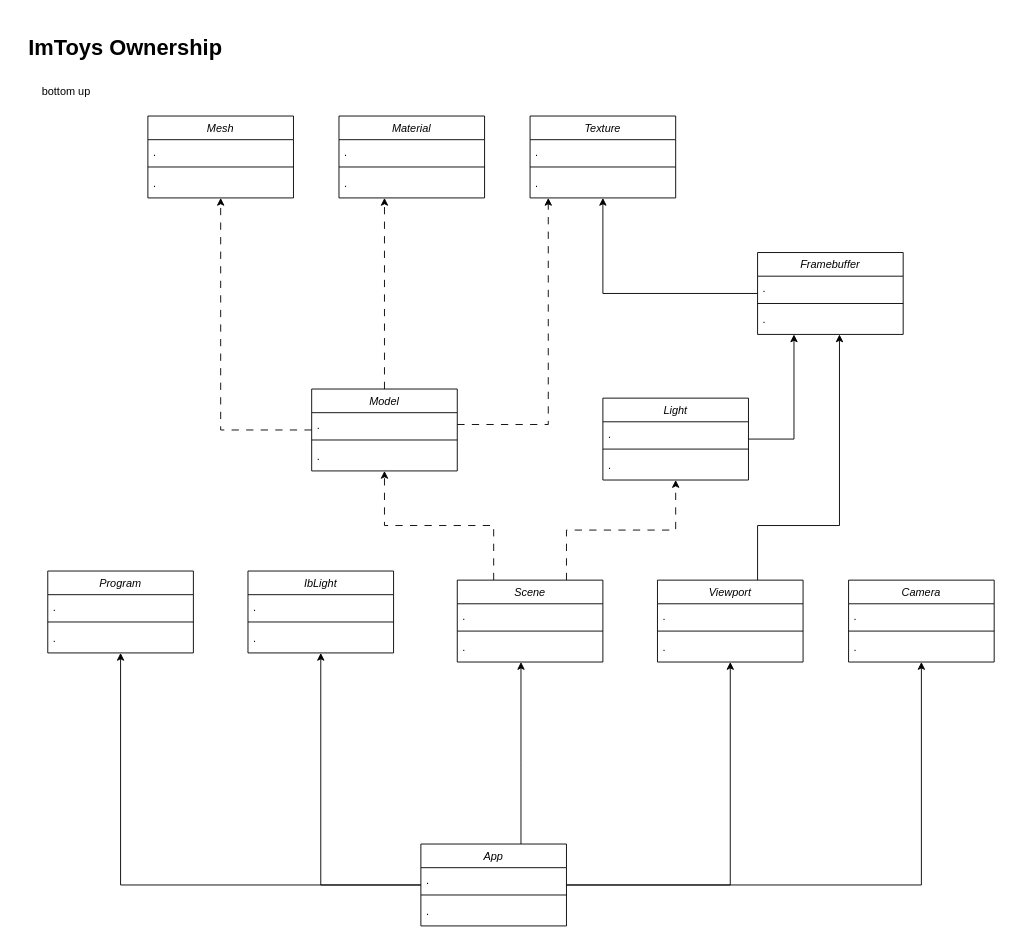
imdongye/imtoys keeps this draw.io diagram as page "Ownership(App)" (2 of 3) of limbrary/diagram.drawio. Above is the earlier version. Source tidied: cells renumbered, new cells numbered last; positions are measured from the earlier drawing's top-left corner, leaving out a move shared by most shapes. Both pictures are drawn from the tidied source at 91%, with x=0, y=0 at pixel (15, 15).
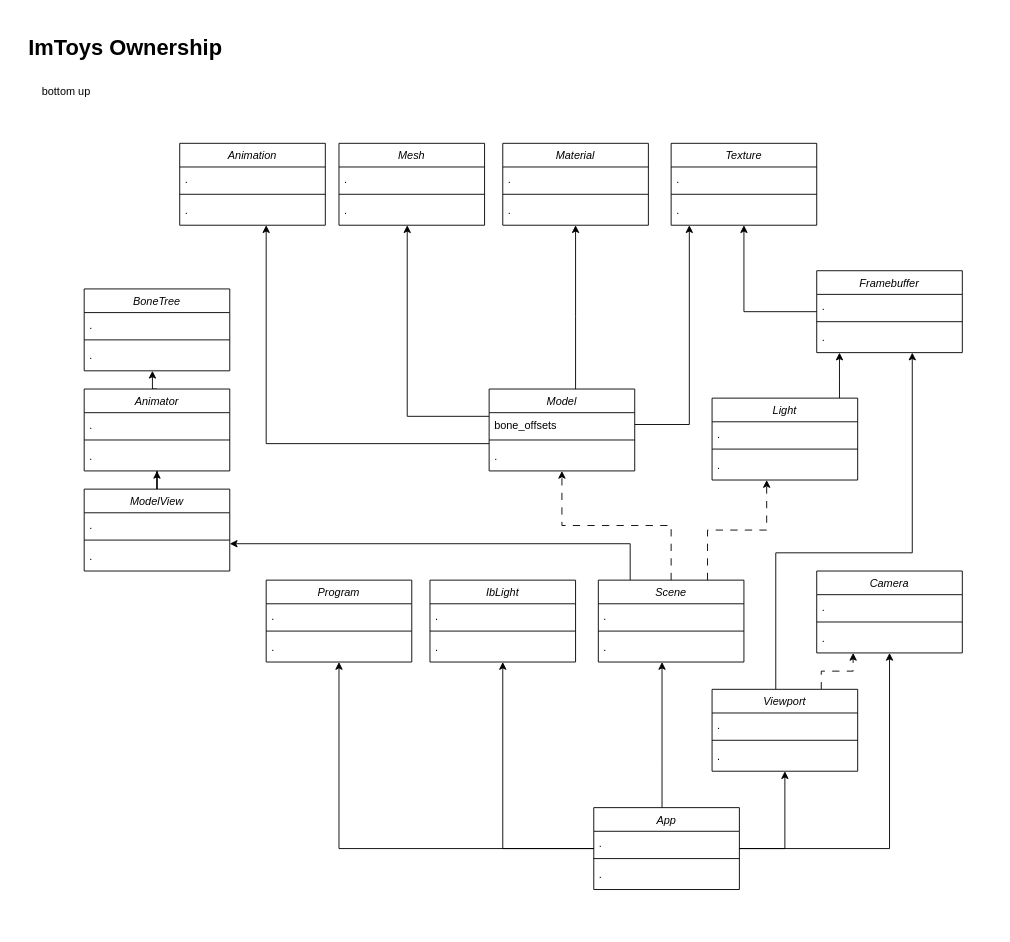
After the change.

Change to the diagram source:
```diff
@@
     <mxCell id="2" value="Program" style="swimlane;fontStyle=2;align=center;verticalAlign=top;horizontal=1;startSize=26;rounded=0;shadow=0;strokeWidth=1;" parent="1" vertex="1">
-      <mxGeometry x="35" y="610" width="160" height="90" as="geometry" />
+      <mxGeometry x="275" y="620" width="160" height="90" as="geometry" />
     </mxCell>
@@
     <mxCell id="6" value="Mesh" style="swimlane;fontStyle=2;align=center;verticalAlign=top;horizontal=1;startSize=26;rounded=0;shadow=0;strokeWidth=1;" parent="1" vertex="1">
-      <mxGeometry x="145" y="110" width="160" height="90" as="geometry" />
+      <mxGeometry x="355" y="140" width="160" height="90" as="geometry" />
     </mxCell>
@@
     <mxCell id="10" style="edgeStyle=orthogonalEdgeStyle;rounded=0;jettySize=auto;html=1;" parent="1" edge="1" source="11" target="15">
-      <mxGeometry relative="1" as="geometry" />
+      <mxGeometry relative="1" as="geometry">
+        <Array as="points">
+          <mxPoint x="800" y="325" />
+        </Array>
+      </mxGeometry>
     </mxCell>
     <mxCell id="11" value="Framebuffer" style="swimlane;fontStyle=2;align=center;verticalAlign=top;horizontal=1;startSize=26;rounded=0;shadow=0;strokeWidth=1;" parent="1" vertex="1">
-      <mxGeometry x="815" y="260" width="160" height="90" as="geometry" />
+      <mxGeometry x="880" y="280" width="160" height="90" as="geometry" />
     </mxCell>
@@
     <mxCell id="15" value="Texture" style="swimlane;fontStyle=2;align=center;verticalAlign=top;horizontal=1;startSize=26;rounded=0;shadow=0;strokeWidth=1;" parent="1" vertex="1">
-      <mxGeometry x="565" y="110" width="160" height="90" as="geometry" />
+      <mxGeometry x="720" y="140" width="160" height="90" as="geometry" />
     </mxCell>
@@
     <mxCell id="19" value="Material" style="swimlane;fontStyle=2;align=center;verticalAlign=top;horizontal=1;startSize=26;rounded=0;shadow=0;strokeWidth=1;" parent="1" vertex="1">
-      <mxGeometry x="355" y="110" width="160" height="90" as="geometry" />
+      <mxGeometry x="535" y="140" width="160" height="90" as="geometry" />
     </mxCell>
@@
     <mxCell id="23" style="edgeStyle=orthogonalEdgeStyle;rounded=0;jettySize=auto;html=1;" parent="1" edge="1" source="24" target="11">
       <mxGeometry relative="1" as="geometry">
         <Array as="points">
-          <mxPoint x="855" y="465" />
+          <mxPoint x="905" y="400" />
+          <mxPoint x="905" y="400" />
         </Array>
       </mxGeometry>
     </mxCell>
     <mxCell id="24" value="Light" style="swimlane;fontStyle=2;align=center;verticalAlign=top;horizontal=1;startSize=26;rounded=0;shadow=0;strokeWidth=1;" parent="1" vertex="1">
-      <mxGeometry x="645" y="420" width="160" height="90" as="geometry" />
+      <mxGeometry x="765" y="420" width="160" height="90" as="geometry" />
     </mxCell>
@@
-    <mxCell id="28" style="edgeStyle=orthogonalEdgeStyle;rounded=0;jettySize=auto;html=1;dashed=1;dashPattern=8 8;" parent="1" edge="1" source="30" target="6">
-      <mxGeometry relative="1" as="geometry" />
+    <mxCell id="28" style="edgeStyle=orthogonalEdgeStyle;rounded=0;jettySize=auto;html=1;" parent="1" edge="1" source="30" target="6">
+      <mxGeometry relative="1" as="geometry">
+        <Array as="points">
+          <mxPoint x="430" y="440" />
+        </Array>
+      </mxGeometry>
     </mxCell>
-    <mxCell id="29" style="edgeStyle=orthogonalEdgeStyle;rounded=0;jettySize=auto;html=1;dashed=1;dashPattern=8 8;" parent="1" edge="1" source="30" target="19">
+    <mxCell id="29" style="edgeStyle=orthogonalEdgeStyle;rounded=0;jettySize=auto;html=1;" parent="1" edge="1" source="30" target="19">
       <mxGeometry relative="1" as="geometry">
         <Array as="points">
-          <mxPoint x="405" y="270" />
-          <mxPoint x="405" y="270" />
+          <mxPoint x="615" y="330" />
+          <mxPoint x="615" y="330" />
         </Array>
       </mxGeometry>
     </mxCell>
+    <mxCell id="65" style="edgeStyle=orthogonalEdgeStyle;rounded=0;jettySize=auto;html=1;" parent="1" edge="1" source="30" target="68">
+      <mxGeometry relative="1" as="geometry">
+        <Array as="points">
+          <mxPoint x="275" y="470" />
+        </Array>
+      </mxGeometry>
+    </mxCell>
     <mxCell id="30" value="Model" style="swimlane;fontStyle=2;align=center;verticalAlign=top;horizontal=1;startSize=26;rounded=0;shadow=0;strokeWidth=1;" parent="1" vertex="1">
-      <mxGeometry x="325" y="410" width="160" height="90" as="geometry" />
+      <mxGeometry x="520" y="410" width="160" height="90" as="geometry" />
     </mxCell>
-    <mxCell id="31" value="." style="text;align=left;verticalAlign=top;spacingLeft=4;spacingRight=4;overflow=hidden;points=[[0,0.5],[1,0.5]];portConstraint=eastwest;" parent="30" vertex="1">
+    <mxCell id="31" value="bone_offsets" style="text;align=left;verticalAlign=top;spacingLeft=4;spacingRight=4;overflow=hidden;points=[[0,0.5],[1,0.5]];portConstraint=eastwest;" parent="30" vertex="1">
       <mxGeometry y="26" width="160" height="26" as="geometry" />
     </mxCell>
@@
     <mxCell id="34" style="edgeStyle=orthogonalEdgeStyle;rounded=0;jettySize=auto;html=1;" parent="1" edge="1" source="35" target="11">
       <mxGeometry relative="1" as="geometry">
         <Array as="points">
-          <mxPoint x="815" y="560" />
-          <mxPoint x="905" y="560" />
+          <mxPoint x="835" y="590" />
+          <mxPoint x="985" y="590" />
         </Array>
       </mxGeometry>
     </mxCell>
+    <mxCell id="66" style="edgeStyle=orthogonalEdgeStyle;rounded=0;jettySize=auto;html=1;entryX=0.25;entryY=1;entryDx=0;entryDy=0;dashed=1;dashPattern=8 8;" parent="1" edge="1" source="35" target="45">
+      <mxGeometry relative="1" as="geometry">
+        <Array as="points">
+          <mxPoint x="885" y="720" />
+          <mxPoint x="920" y="720" />
+        </Array>
+      </mxGeometry>
+    </mxCell>
     <mxCell id="35" value="Viewport" style="swimlane;fontStyle=2;align=center;verticalAlign=top;horizontal=1;startSize=26;rounded=0;shadow=0;strokeWidth=1;" parent="1" vertex="1">
-      <mxGeometry x="705" y="620" width="160" height="90" as="geometry" />
+      <mxGeometry x="765" y="740" width="160" height="90" as="geometry" />
     </mxCell>
@@
-    <mxCell id="39" style="edgeStyle=orthogonalEdgeStyle;rounded=0;jettySize=auto;html=1;entryX=0.5;entryY=1;entryDx=0;entryDy=0;dashed=1;dashPattern=8 8;" parent="1" edge="1" source="41" target="30">
+    <mxCell id="39" style="edgeStyle=orthogonalEdgeStyle;rounded=0;jettySize=auto;html=1;dashed=1;dashPattern=8 8;" parent="1" edge="1" source="41" target="30">
       <mxGeometry relative="1" as="geometry">
         <Array as="points">
-          <mxPoint x="525" y="560" />
-          <mxPoint x="405" y="560" />
+          <mxPoint x="720" y="560" />
+          <mxPoint x="600" y="560" />
         </Array>
       </mxGeometry>
     </mxCell>
     <mxCell id="40" style="edgeStyle=orthogonalEdgeStyle;rounded=0;jettySize=auto;html=1;dashed=1;dashPattern=8 8;" parent="1" edge="1" source="41" target="24">
       <mxGeometry relative="1" as="geometry">
         <Array as="points">
-          <mxPoint x="605" y="565" />
-          <mxPoint x="725" y="565" />
+          <mxPoint x="760" y="565" />
+          <mxPoint x="825" y="565" />
         </Array>
       </mxGeometry>
     </mxCell>
+    <mxCell id="67" style="edgeStyle=orthogonalEdgeStyle;rounded=0;jettySize=auto;html=1;" parent="1" edge="1" source="41" target="73">
+      <mxGeometry relative="1" as="geometry">
+        <Array as="points">
+          <mxPoint x="675" y="580" />
+        </Array>
+      </mxGeometry>
+    </mxCell>
     <mxCell id="41" value="Scene" style="swimlane;fontStyle=2;align=center;verticalAlign=top;horizontal=1;startSize=26;rounded=0;shadow=0;strokeWidth=1;" parent="1" vertex="1">
-      <mxGeometry x="485" y="620" width="160" height="90" as="geometry" />
+      <mxGeometry x="640" y="620" width="160" height="90" as="geometry" />
     </mxCell>
@@
     <mxCell id="45" value="Camera" style="swimlane;fontStyle=2;align=center;verticalAlign=top;horizontal=1;startSize=26;rounded=0;shadow=0;strokeWidth=1;" parent="1" vertex="1">
-      <mxGeometry x="915" y="620" width="160" height="90" as="geometry" />
+      <mxGeometry x="880" y="610" width="160" height="90" as="geometry" />
     </mxCell>
@@
     <mxCell id="50" value="IbLight" style="swimlane;fontStyle=2;align=center;verticalAlign=top;horizontal=1;startSize=26;rounded=0;shadow=0;strokeWidth=1;" parent="1" vertex="1">
-      <mxGeometry x="255" y="610" width="160" height="90" as="geometry" />
+      <mxGeometry x="455" y="620" width="160" height="90" as="geometry" />
     </mxCell>
@@
-    <mxCell id="54" style="edgeStyle=orthogonalEdgeStyle;rounded=0;jettySize=auto;html=1;dashed=1;dashPattern=8 8;" parent="1" edge="1" source="31" target="15">
+    <mxCell id="54" style="edgeStyle=orthogonalEdgeStyle;rounded=0;jettySize=auto;html=1;" parent="1" edge="1" source="31" target="15">
       <mxGeometry relative="1" as="geometry">
         <Array as="points">
-          <mxPoint x="585" y="449" />
+          <mxPoint x="740" y="449" />
         </Array>
       </mxGeometry>
     </mxCell>
@@
     <mxCell id="56" style="edgeStyle=orthogonalEdgeStyle;rounded=0;jettySize=auto;html=1;" parent="1" edge="1" source="60" target="50">
-      <mxGeometry relative="1" as="geometry" />
+      <mxGeometry relative="1" as="geometry">
+        <Array as="points">
+          <mxPoint x="535" y="915" />
+        </Array>
+      </mxGeometry>
     </mxCell>
@@
     <mxCell id="58" style="edgeStyle=orthogonalEdgeStyle;rounded=0;jettySize=auto;html=1;" parent="1" edge="1" source="60" target="35">
-      <mxGeometry relative="1" as="geometry" />
+      <mxGeometry relative="1" as="geometry">
+        <Array as="points">
+          <mxPoint x="845" y="915" />
+        </Array>
+      </mxGeometry>
     </mxCell>
     <mxCell id="59" style="edgeStyle=orthogonalEdgeStyle;rounded=0;jettySize=auto;html=1;" parent="1" edge="1" source="60" target="41">
       <mxGeometry relative="1" as="geometry">
         <Array as="points">
-          <mxPoint x="555" y="820" />
-          <mxPoint x="555" y="820" />
+          <mxPoint x="710" y="820" />
+          <mxPoint x="710" y="820" />
         </Array>
       </mxGeometry>
     </mxCell>
     <mxCell id="60" value="App" style="swimlane;fontStyle=2;align=center;verticalAlign=top;horizontal=1;startSize=26;rounded=0;shadow=0;strokeWidth=1;" parent="1" vertex="1">
-      <mxGeometry x="445" y="910" width="160" height="90" as="geometry" />
+      <mxGeometry x="635" y="870" width="160" height="90" as="geometry" />
     </mxCell>
@@
+    <mxCell id="68" value="Animation" style="swimlane;fontStyle=2;align=center;verticalAlign=top;horizontal=1;startSize=26;rounded=0;shadow=0;strokeWidth=1;" parent="1" vertex="1">
+      <mxGeometry x="180" y="140" width="160" height="90" as="geometry" />
+    </mxCell>
+    <mxCell id="69" value="." style="text;align=left;verticalAlign=top;spacingLeft=4;spacingRight=4;overflow=hidden;" parent="68" vertex="1">
+      <mxGeometry y="26" width="160" height="26" as="geometry" />
+    </mxCell>
+    <mxCell id="70" style="line;html=1;strokeWidth=1;align=left;verticalAlign=middle;spacingTop=-1;spacingLeft=3;spacingRight=3;labelPosition=right;" parent="68" vertex="1">
+      <mxGeometry y="52" width="160" height="8" as="geometry" />
+    </mxCell>
+    <mxCell id="71" value="." style="text;align=left;verticalAlign=top;spacingLeft=4;spacingRight=4;overflow=hidden;" parent="68" vertex="1">
+      <mxGeometry y="60" width="160" height="26" as="geometry" />
+    </mxCell>
+    <mxCell id="72" style="edgeStyle=orthogonalEdgeStyle;rounded=0;jettySize=auto;html=1;" parent="1" edge="1" source="73" target="78">
+      <mxGeometry relative="1" as="geometry" />
+    </mxCell>
+    <mxCell id="73" value="ModelView" style="swimlane;fontStyle=2;align=center;verticalAlign=top;horizontal=1;startSize=26;rounded=0;shadow=0;strokeWidth=1;" parent="1" vertex="1">
+      <mxGeometry x="75" y="520" width="160" height="90" as="geometry" />
+    </mxCell>
+    <mxCell id="74" value="." style="text;align=left;verticalAlign=top;spacingLeft=4;spacingRight=4;overflow=hidden;" parent="73" vertex="1">
+      <mxGeometry y="26" width="160" height="26" as="geometry" />
+    </mxCell>
+    <mxCell id="75" style="line;html=1;strokeWidth=1;align=left;verticalAlign=middle;spacingTop=-1;spacingLeft=3;spacingRight=3;labelPosition=right;" parent="73" vertex="1">
+      <mxGeometry y="52" width="160" height="8" as="geometry" />
+    </mxCell>
+    <mxCell id="76" value="." style="text;align=left;verticalAlign=top;spacingLeft=4;spacingRight=4;overflow=hidden;" parent="73" vertex="1">
+      <mxGeometry y="60" width="160" height="26" as="geometry" />
+    </mxCell>
+    <mxCell id="77" style="edgeStyle=orthogonalEdgeStyle;rounded=0;jettySize=auto;html=1;exitX=0.5;exitY=0;exitDx=0;exitDy=0;" parent="1" edge="1" source="78" target="82">
+      <mxGeometry relative="1" as="geometry">
+        <Array as="points">
+          <mxPoint x="150" y="410" />
+        </Array>
+      </mxGeometry>
+    </mxCell>
+    <mxCell id="78" value="Animator" style="swimlane;fontStyle=2;align=center;verticalAlign=top;horizontal=1;startSize=26;rounded=0;shadow=0;strokeWidth=1;" parent="1" vertex="1">
+      <mxGeometry x="75" y="410" width="160" height="90" as="geometry" />
+    </mxCell>
+    <mxCell id="79" value="." style="text;align=left;verticalAlign=top;spacingLeft=4;spacingRight=4;overflow=hidden;" parent="78" vertex="1">
+      <mxGeometry y="26" width="160" height="26" as="geometry" />
+    </mxCell>
+    <mxCell id="80" style="line;html=1;strokeWidth=1;align=left;verticalAlign=middle;spacingTop=-1;spacingLeft=3;spacingRight=3;labelPosition=right;" parent="78" vertex="1">
+      <mxGeometry y="52" width="160" height="8" as="geometry" />
+    </mxCell>
+    <mxCell id="81" value="." style="text;align=left;verticalAlign=top;spacingLeft=4;spacingRight=4;overflow=hidden;" parent="78" vertex="1">
+      <mxGeometry y="60" width="160" height="26" as="geometry" />
+    </mxCell>
+    <mxCell id="82" value="BoneTree" style="swimlane;fontStyle=2;align=center;verticalAlign=top;horizontal=1;startSize=26;rounded=0;shadow=0;strokeWidth=1;" parent="1" vertex="1">
+      <mxGeometry x="75" y="300" width="160" height="90" as="geometry" />
+    </mxCell>
+    <mxCell id="83" value="." style="text;align=left;verticalAlign=top;spacingLeft=4;spacingRight=4;overflow=hidden;" parent="82" vertex="1">
+      <mxGeometry y="26" width="160" height="26" as="geometry" />
+    </mxCell>
+    <mxCell id="84" style="line;html=1;strokeWidth=1;align=left;verticalAlign=middle;spacingTop=-1;spacingLeft=3;spacingRight=3;labelPosition=right;" parent="82" vertex="1">
+      <mxGeometry y="52" width="160" height="8" as="geometry" />
+    </mxCell>
+    <mxCell id="85" value="." style="text;align=left;verticalAlign=top;spacingLeft=4;spacingRight=4;overflow=hidden;" parent="82" vertex="1">
+      <mxGeometry y="60" width="160" height="26" as="geometry" />
+    </mxCell>
```
